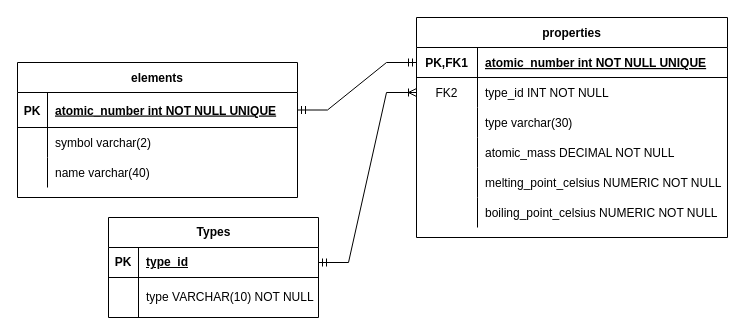
Above: Untitled Diagram.drawio in afsaavedram/periodic_table (draw.io), before the change. Source tidied: cells renumbered, new cells numbered last; positions are measured from the earlier drawing's top-left corner, leaving out a move shared by most shapes. Both pictures are drawn from the tidied source at 100%, with x=0, y=0 at pixel (17, 17).
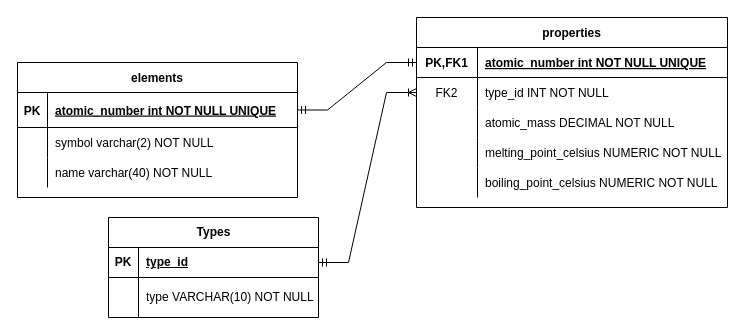
The same page after the edit.

The change refers to these unchanged cells:
```xml
<mxCell id="25" style="shape=partialRectangle;fillColor=none;top=0;left=0;right=0;bottom=0;" parent="21" vertex="1">
  <mxGeometry y="65" width="280" height="30" as="geometry" />
</mxCell>
<mxCell id="28" style="shape=tableRow;horizontal=0;startSize=0;swimlaneHead=0;swimlaneBody=0;fillColor=none;top=0;left=0;right=0;bottom=0;" parent="21" vertex="1">
  <mxGeometry y="95" width="280" height="30" as="geometry" />
</mxCell>
```

Diff of the diagram source:
```diff
@@
     <mxCell id="2" value="properties" style="shape=table;startSize=30;childLayout=tableLayout;rowLines=0;fontStyle=1;align=center;" parent="1" vertex="1">
-      <mxGeometry x="399" width="311" height="220" as="geometry" />
+      <mxGeometry x="399" width="311" height="190" as="geometry" />
     </mxCell>
@@
-    <mxCell id="9" style="shape=partialRectangle;fillColor=none;top=0;left=0;right=0;bottom=0;" parent="2" vertex="1">
-      <mxGeometry y="90" width="311" height="30" as="geometry" />
-    </mxCell>
-    <mxCell id="10" style="shape=partialRectangle;overflow=hidden;fillColor=none;top=0;left=0;bottom=0;right=0;" parent="9" vertex="1">
-      <mxGeometry width="61" height="30" as="geometry" />
-    </mxCell>
-    <mxCell id="11" value="type varchar(30)" style="shape=partialRectangle;overflow=hidden;fillColor=none;top=0;left=0;bottom=0;right=0;align=left;spacingLeft=6;" parent="9" vertex="1">
-      <mxGeometry x="61" width="250" height="30" as="geometry" />
-    </mxCell>
     <mxCell id="12" style="shape=tableRow;horizontal=0;startSize=0;swimlaneHead=0;swimlaneBody=0;fillColor=none;top=0;left=0;right=0;bottom=0;" parent="2" vertex="1">
-      <mxGeometry y="120" width="311" height="30" as="geometry" />
+      <mxGeometry y="90" width="311" height="30" as="geometry" />
     </mxCell>
@@
     <mxCell id="15" style="shape=tableRow;horizontal=0;startSize=0;swimlaneHead=0;swimlaneBody=0;fillColor=none;top=0;left=0;right=0;bottom=0;" parent="2" vertex="1">
-      <mxGeometry y="150" width="311" height="30" as="geometry" />
+      <mxGeometry y="120" width="311" height="30" as="geometry" />
     </mxCell>
@@
     <mxCell id="18" style="shape=tableRow;horizontal=0;startSize=0;swimlaneHead=0;swimlaneBody=0;fillColor=none;top=0;left=0;right=0;bottom=0;" parent="2" vertex="1">
-      <mxGeometry y="180" width="311" height="30" as="geometry" />
+      <mxGeometry y="150" width="311" height="30" as="geometry" />
     </mxCell>
@@
-    <mxCell id="27" value="symbol varchar(2)" style="shape=partialRectangle;overflow=hidden;fillColor=none;top=0;left=0;bottom=0;right=0;align=left;spacingLeft=6;" parent="25" vertex="1">
+    <mxCell id="27" value="symbol varchar(2) NOT NULL" style="shape=partialRectangle;overflow=hidden;fillColor=none;top=0;left=0;bottom=0;right=0;align=left;spacingLeft=6;" parent="25" vertex="1">
       <mxGeometry x="30" width="250" height="30" as="geometry" />
     </mxCell>
@@
-    <mxCell id="30" value="name varchar(40)" style="shape=partialRectangle;fillColor=none;top=0;left=0;bottom=0;right=0;align=left;spacingLeft=6;overflow=hidden;" parent="28" vertex="1">
+    <mxCell id="30" value="name varchar(40) NOT NULL" style="shape=partialRectangle;fillColor=none;top=0;left=0;bottom=0;right=0;align=left;spacingLeft=6;overflow=hidden;" parent="28" vertex="1">
       <mxGeometry x="30" width="250" height="30" as="geometry" />
     </mxCell>
```
